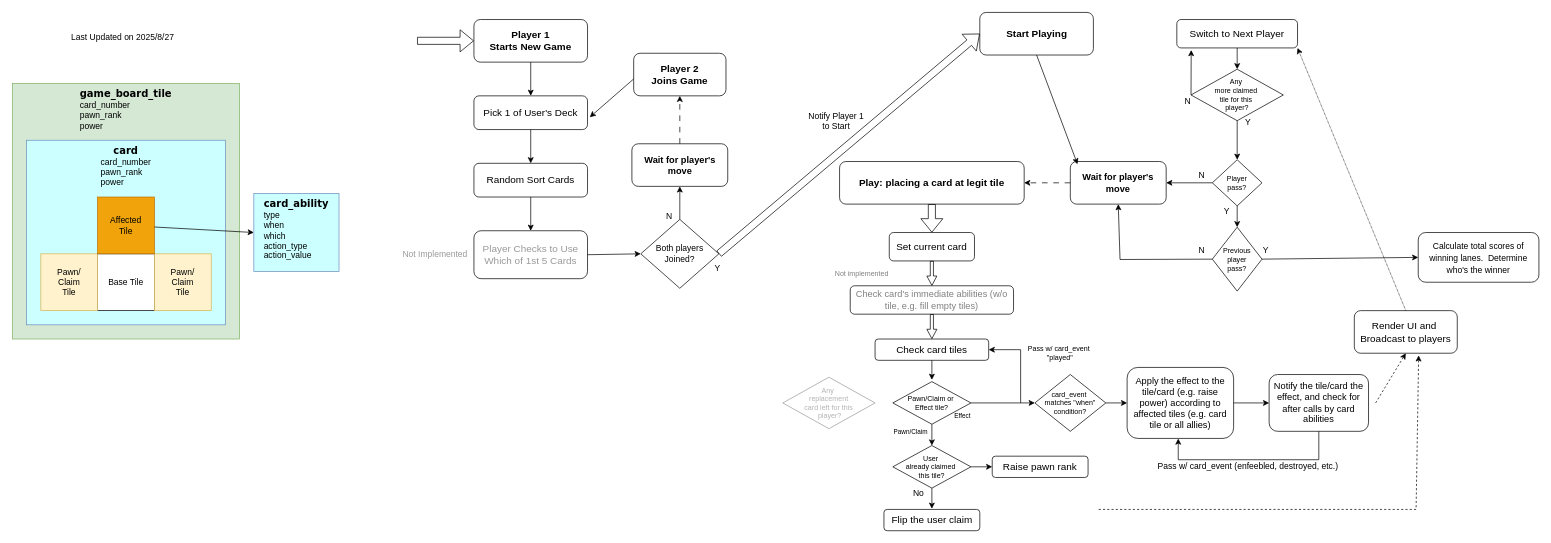
Above: doc/diagrams/game_play_flow_chart.drawio in briangan/queens_blood_by_fan (draw.io), before the change. Source tidied: cells renumbered, new cells numbered last; positions are measured from the earlier drawing's top-left corner, leaving out a move shared by most shapes. Both pictures are drawn from the tidied source at 71%, with x=0, y=0 at pixel (12, 12).
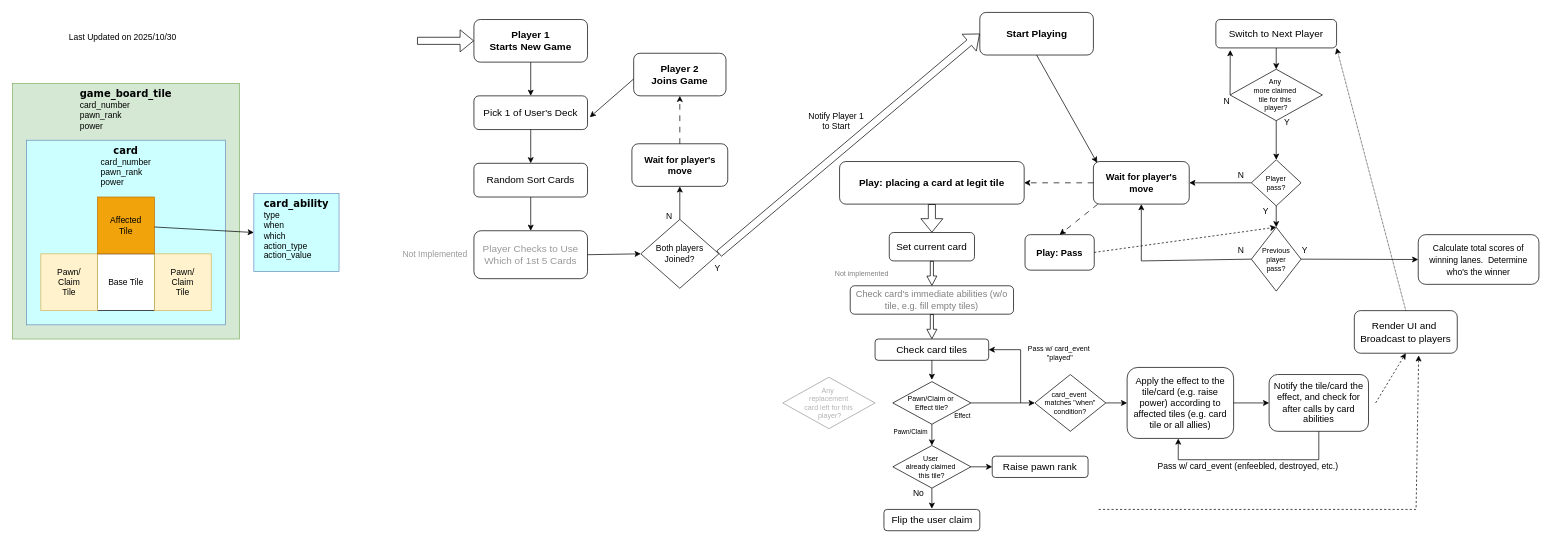
The same diagram, later.

Commit message (it also covers changes not shown here):
Game: added checking for 2 passes for completion; added show_completed page

Unchanged cells that the change refers to:
```xml
<mxCell id="41" value="&lt;span style=&quot;font-size: 14px; font-weight: 700; text-wrap-mode: nowrap;&quot;&gt;Start Playing&lt;/span&gt;" style="rounded=1;whiteSpace=wrap;html=1;" parent="1" vertex="1">
  <mxGeometry x="1362.5" width="160" height="60" as="geometry" />
</mxCell>
```

What changed in the source:
```diff
@@
-    <mxCell id="2" value="Last Updated on 2025/8/27" style="text;html=1;align=center;verticalAlign=middle;strokeColor=none;fillColor=none;" parent="1" vertex="1">
+    <mxCell id="2" value="Last Updated on 2025/10/30" style="text;html=1;align=center;verticalAlign=middle;strokeColor=none;fillColor=none;" parent="1" vertex="1">
       <mxGeometry x="70" y="20" width="170" height="30" as="geometry" />
     </mxCell>
@@
     <mxCell id="42" value="Switch to Next Player" style="rounded=1;whiteSpace=wrap;html=1;fontSize=14;" parent="1" vertex="1">
-      <mxGeometry x="1640" y="10" width="170" height="40" as="geometry" />
+      <mxGeometry x="1695" y="10" width="170" height="40" as="geometry" />
     </mxCell>
     <mxCell id="43" value="Player&lt;div&gt;pass?&lt;/div&gt;" style="rhombus;whiteSpace=wrap;html=1;fontSize=10;" parent="1" vertex="1">
-      <mxGeometry x="1690" y="207.5" width="70" height="65" as="geometry" />
+      <mxGeometry x="1745" y="207.5" width="70" height="65" as="geometry" />
     </mxCell>
@@
     <mxCell id="48" value="Previous player&lt;div&gt;pass?&lt;/div&gt;" style="rhombus;whiteSpace=wrap;html=1;fontSize=10;" parent="1" vertex="1">
-      <mxGeometry x="1690" y="302.5" width="70" height="90" as="geometry" />
+      <mxGeometry x="1745" y="302.5" width="70" height="90" as="geometry" />
     </mxCell>
     <mxCell id="49" value="N" style="text;html=1;align=center;verticalAlign=middle;strokeColor=none;fillColor=none;" parent="1" vertex="1">
-      <mxGeometry x="1660" y="215" width="30" height="30" as="geometry" />
+      <mxGeometry x="1715" y="215" width="30" height="30" as="geometry" />
     </mxCell>
     <mxCell id="50" value="Y" style="text;html=1;align=center;verticalAlign=middle;strokeColor=none;fillColor=none;" parent="1" vertex="1">
-      <mxGeometry x="1695" y="265" width="30" height="30" as="geometry" />
+      <mxGeometry x="1750" y="265" width="30" height="30" as="geometry" />
     </mxCell>
@@
     <mxCell id="52" value="Y" style="text;html=1;align=center;verticalAlign=middle;strokeColor=none;fillColor=none;" parent="1" vertex="1">
-      <mxGeometry x="1750" y="320" width="30" height="30" as="geometry" />
+      <mxGeometry x="1805" y="320" width="30" height="30" as="geometry" />
     </mxCell>
     <mxCell id="53" value="&lt;font style=&quot;font-size: 12px;&quot;&gt;Calculate total scores of winning lanes.&amp;nbsp; Determine who's the winner&lt;/font&gt;" style="rounded=1;whiteSpace=wrap;html=1;fontSize=14;" parent="1" vertex="1">
-      <mxGeometry x="1980" y="310" width="170" height="70" as="geometry" />
+      <mxGeometry x="1980" y="313" width="170" height="70" as="geometry" />
     </mxCell>
@@
     <mxCell id="56" value="&lt;font&gt;Wait for player's move&lt;/font&gt;" style="rounded=1;whiteSpace=wrap;html=1;fontSize=13;fontStyle=1;" parent="1" vertex="1">
-      <mxGeometry x="1490" y="210" width="135" height="60" as="geometry" />
+      <mxGeometry x="1522.5" y="210" width="135" height="60" as="geometry" />
     </mxCell>
     <mxCell id="57" value="Any&amp;nbsp;&lt;div&gt;more&amp;nbsp;&lt;span style=&quot;background-color: transparent; color: light-dark(rgb(0, 0, 0), rgb(255, 255, 255));&quot;&gt;claimed&amp;nbsp;&lt;/span&gt;&lt;/div&gt;&lt;div&gt;&lt;span style=&quot;background-color: transparent; color: light-dark(rgb(0, 0, 0), rgb(255, 255, 255));&quot;&gt;tile&amp;nbsp;&lt;/span&gt;&lt;span style=&quot;background-color: transparent; color: light-dark(rgb(0, 0, 0), rgb(255, 255, 255));&quot;&gt;for this&amp;nbsp;&lt;/span&gt;&lt;/div&gt;&lt;div&gt;&lt;span style=&quot;background-color: transparent; color: light-dark(rgb(0, 0, 0), rgb(255, 255, 255));&quot;&gt;player?&lt;/span&gt;&lt;/div&gt;" style="rhombus;whiteSpace=wrap;html=1;fontSize=10;" parent="1" vertex="1">
-      <mxGeometry x="1660" y="80" width="130" height="72.5" as="geometry" />
+      <mxGeometry x="1715" y="80" width="130" height="72.5" as="geometry" />
     </mxCell>
@@
     <mxCell id="59" value="Y" style="text;html=1;align=center;verticalAlign=middle;strokeColor=none;fillColor=none;" parent="1" vertex="1">
-      <mxGeometry x="1725" y="140" width="30" height="30" as="geometry" />
+      <mxGeometry x="1780" y="140" width="30" height="30" as="geometry" />
     </mxCell>
     <mxCell id="60" value="N" style="text;html=1;align=center;verticalAlign=middle;strokeColor=none;fillColor=none;" parent="1" vertex="1">
-      <mxGeometry x="1640" y="110" width="30" height="30" as="geometry" />
+      <mxGeometry x="1695" y="110" width="30" height="30" as="geometry" />
     </mxCell>
@@
     <mxCell id="62" value="N" style="text;html=1;align=center;verticalAlign=middle;strokeColor=none;fillColor=none;" parent="1" vertex="1">
-      <mxGeometry x="1660" y="320" width="30" height="30" as="geometry" />
+      <mxGeometry x="1715" y="320" width="30" height="30" as="geometry" />
     </mxCell>
@@
     <mxCell id="65" style="endArrow=classic;html=1;rounded=0;entryX=0.5;entryY=1;entryDx=0;entryDy=0;exitX=0;exitY=0.5;exitDx=0;exitDy=0;" parent="1" edge="1" source="48" target="56">
       <mxGeometry relative="1" as="geometry">
         <Array as="points">
-          <mxPoint x="1560" y="348" />
+          <mxPoint x="1590" y="350" />
         </Array>
       </mxGeometry>
     </mxCell>
@@
-    <mxCell id="67" style="endArrow=classic;html=1;rounded=0;entryX=0.075;entryY=0.063;entryDx=0;entryDy=0;entryPerimeter=0;exitX=0.5;exitY=1;exitDx=0;exitDy=0;" parent="1" edge="1" source="41" target="56">
+    <mxCell id="67" style="endArrow=classic;html=1;rounded=0;entryX=0.039;entryY=0.03;entryDx=0;entryDy=0;exitX=0.5;exitY=1;exitDx=0;exitDy=0;entryPerimeter=0;" parent="1" edge="1" source="41" target="56">
       <mxGeometry relative="1" as="geometry" />
     </mxCell>
@@
+    <mxCell id="88" value="&lt;font&gt;Play: Pass&lt;/font&gt;" style="rounded=1;whiteSpace=wrap;html=1;fontSize=13;fontStyle=1;" parent="1" vertex="1">
+      <mxGeometry x="1426.2" y="313" width="97.5" height="50" as="geometry" />
+    </mxCell>
+    <mxCell id="89" style="endArrow=classic;html=1;rounded=0;exitX=0.045;exitY=1.003;exitDx=0;exitDy=0;entryX=0.5;entryY=0;entryDx=0;entryDy=0;dashed=1;dashPattern=8 8;exitPerimeter=0;" parent="1" edge="1" source="56" target="88">
+      <mxGeometry relative="1" as="geometry" />
+    </mxCell>
+    <mxCell id="90" style="endArrow=classic;html=1;rounded=0;exitX=1;exitY=0.5;exitDx=0;exitDy=0;entryX=0.5;entryY=0;entryDx=0;entryDy=0;dashed=1;" parent="1" edge="1" source="88" target="48">
+      <mxGeometry relative="1" as="geometry" />
+    </mxCell>
```
